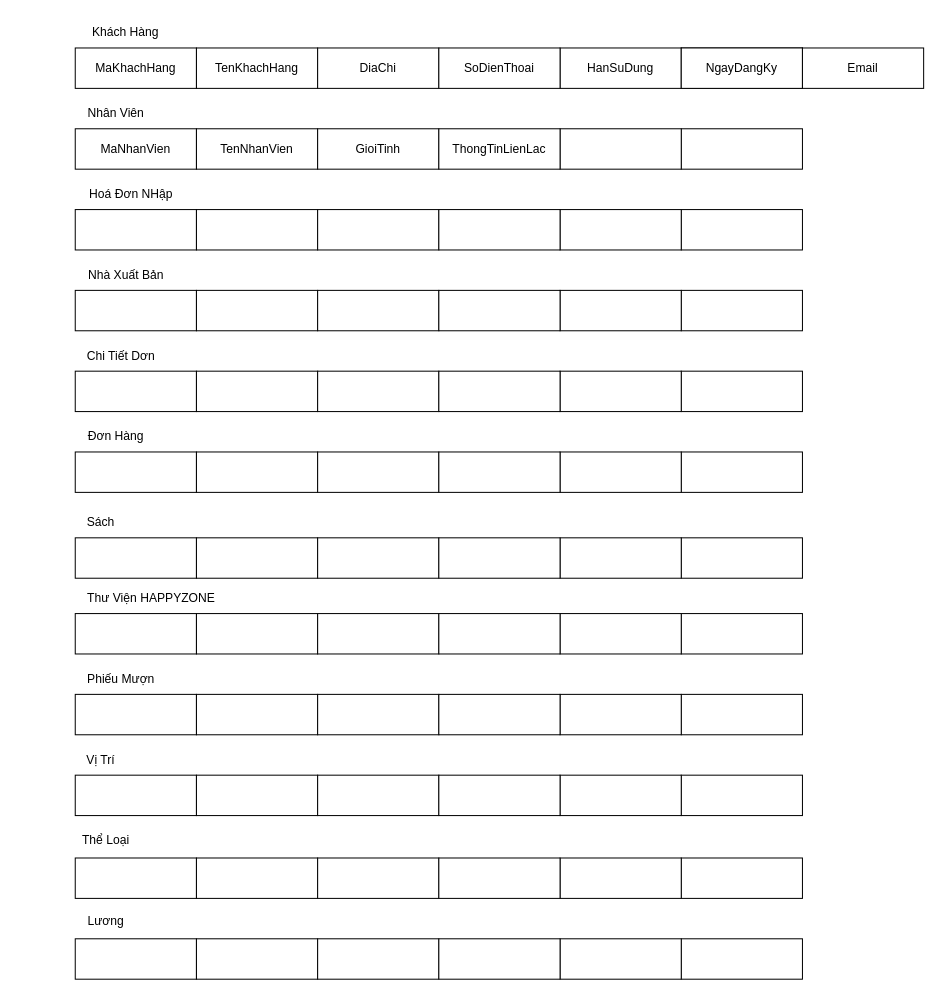
Earlier version of the draw.io diagram page "Trang-6" (6 of 6) of Biểu đồ không có tiêu đề.drawio (trunghai04/game-python). Source tidied: cells renumbered, new cells numbered last; positions are measured from the earlier drawing's top-left corner, leaving out a move shared by most shapes. Both pictures are drawn from the tidied source at 101%, with x=0, y=0 at pixel (70, 17).
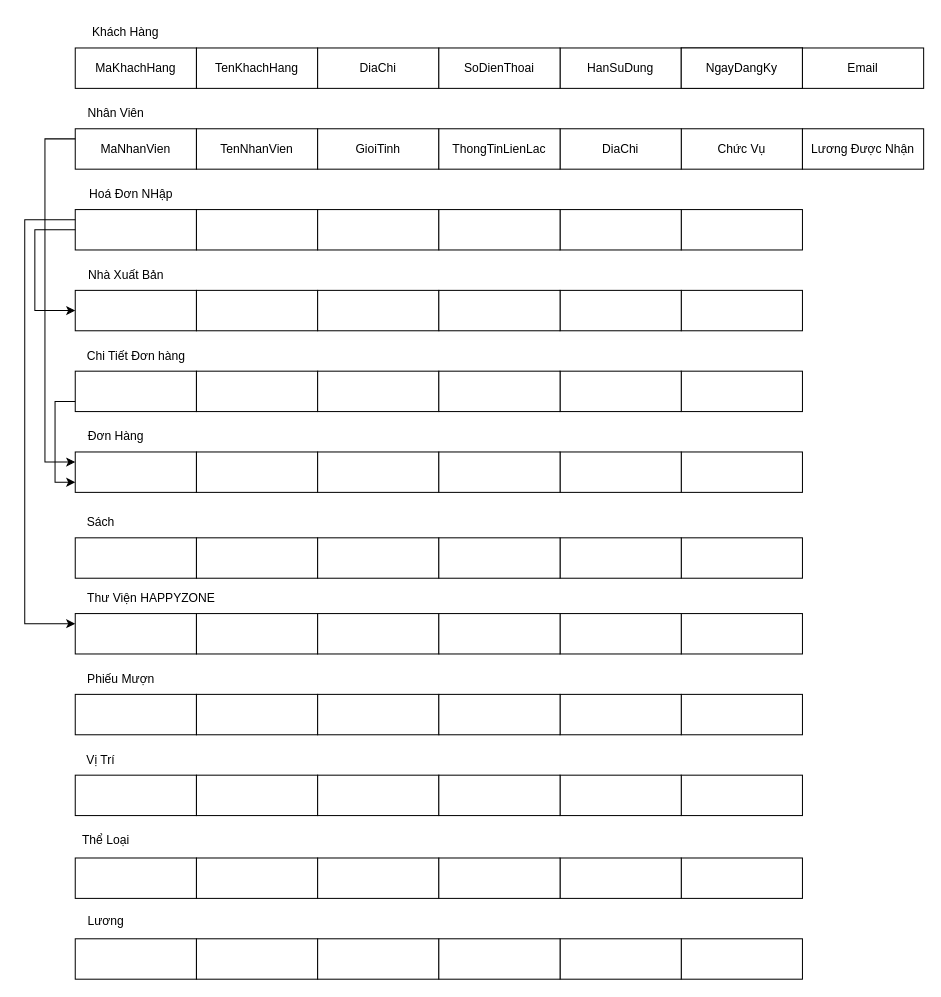
The same page after the edit.

Commit message (it also covers changes not shown here):
Cập nhật Biểu đồ không có tiêu đề.drawio

The change refers to these unchanged cells:
```xml
<mxCell id="8" value="MaNhanVien" style="rounded=0;whiteSpace=wrap;html=1;" parent="1" vertex="1">
  <mxGeometry x="5" y="110" width="120" height="40" as="geometry" />
</mxCell>
<mxCell id="14" style="rounded=0;whiteSpace=wrap;html=1;" parent="1" vertex="1">
  <mxGeometry x="5" y="190" width="120" height="40" as="geometry" />
</mxCell>
<mxCell id="20" style="rounded=0;whiteSpace=wrap;html=1;" parent="1" vertex="1">
  <mxGeometry x="5" y="270" width="120" height="40" as="geometry" />
</mxCell>
<mxCell id="26" style="rounded=0;whiteSpace=wrap;html=1;" parent="1" vertex="1">
  <mxGeometry x="5" y="350" width="120" height="40" as="geometry" />
</mxCell>
<mxCell id="32" style="rounded=0;whiteSpace=wrap;html=1;" parent="1" vertex="1">
  <mxGeometry x="5" y="430" width="120" height="40" as="geometry" />
</mxCell>
<mxCell id="44" style="rounded=0;whiteSpace=wrap;html=1;" parent="1" vertex="1">
  <mxGeometry x="5" y="590" width="120" height="40" as="geometry" />
</mxCell>
```

Change to the diagram source:
```diff
@@
-    <mxCell id="9" style="rounded=0;whiteSpace=wrap;html=1;" parent="1" vertex="1">
+    <mxCell id="9" value="Chức Vụ" style="rounded=0;whiteSpace=wrap;html=1;" parent="1" vertex="1">
       <mxGeometry x="605" y="110" width="120" height="40" as="geometry" />
     </mxCell>
-    <mxCell id="10" style="rounded=0;whiteSpace=wrap;html=1;" parent="1" vertex="1">
+    <mxCell id="10" value="DiaChi" style="rounded=0;whiteSpace=wrap;html=1;" parent="1" vertex="1">
       <mxGeometry x="485" y="110" width="120" height="40" as="geometry" />
     </mxCell>
@@
-    <mxCell id="60" value="Chi Tiết Dơn" style="text;html=1;align=center;verticalAlign=middle;strokeColor=none;fillColor=none;" parent="1" vertex="1">
-      <mxGeometry x="5" y="320" width="90" height="30" as="geometry" />
+    <mxCell id="60" value="Chi Tiết Đơn hàng" style="text;html=1;align=center;verticalAlign=middle;strokeColor=none;fillColor=none;" parent="1" vertex="1">
+      <mxGeometry x="5" y="320" width="120" height="30" as="geometry" />
     </mxCell>
@@
+    <mxCell id="88" value="Lương Được Nhận" style="rounded=0;whiteSpace=wrap;html=1;" parent="1" vertex="1">
+      <mxGeometry x="725" y="110" width="120" height="40" as="geometry" />
+    </mxCell>
+    <mxCell id="89" style="endArrow=none;html=1;rounded=0;entryX=0;entryY=0.5;entryDx=0;entryDy=0;exitX=0;exitY=0.5;exitDx=0;exitDy=0;endFill=0;startArrow=classic;startFill=1;" parent="1" edge="1" source="20" target="14">
+      <mxGeometry relative="1" as="geometry">
+        <Array as="points">
+          <mxPoint x="-35" y="290" />
+          <mxPoint x="-35" y="210" />
+        </Array>
+      </mxGeometry>
+    </mxCell>
+    <mxCell id="90" style="endArrow=none;html=1;rounded=0;entryX=0;entryY=0.25;entryDx=0;entryDy=0;exitX=0;exitY=0.25;exitDx=0;exitDy=0;startArrow=classic;startFill=1;" parent="1" edge="1" source="44" target="14">
+      <mxGeometry relative="1" as="geometry">
+        <Array as="points">
+          <mxPoint x="-45" y="600" />
+          <mxPoint x="-45" y="200" />
+        </Array>
+      </mxGeometry>
+    </mxCell>
+    <mxCell id="91" style="endArrow=none;html=1;rounded=0;exitX=0;exitY=0.75;exitDx=0;exitDy=0;startArrow=classic;startFill=1;entryX=0;entryY=0.75;entryDx=0;entryDy=0;" parent="1" edge="1" source="32" target="26">
+      <mxGeometry relative="1" as="geometry">
+        <Array as="points">
+          <mxPoint x="-15" y="460" />
+          <mxPoint x="-15" y="380" />
+        </Array>
+      </mxGeometry>
+    </mxCell>
+    <mxCell id="92" style="endArrow=none;html=1;rounded=0;exitX=0;exitY=0.25;exitDx=0;exitDy=0;entryX=0;entryY=0.25;entryDx=0;entryDy=0;startArrow=classic;startFill=1;" parent="1" edge="1" source="32" target="8">
+      <mxGeometry relative="1" as="geometry">
+        <Array as="points">
+          <mxPoint x="-25" y="440" />
+          <mxPoint x="-25" y="120" />
+        </Array>
+      </mxGeometry>
+    </mxCell>
```
